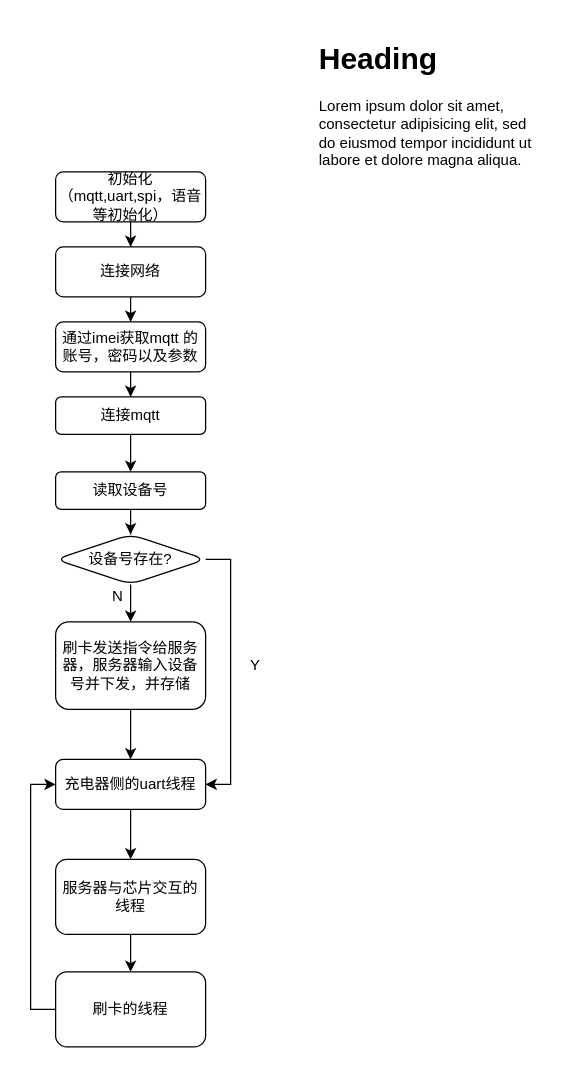
Above: Untitled Diagram.drawio in SearchFan/Chip_Flowchart (draw.io), before the change. Source tidied: cells renumbered, new cells numbered last; positions are measured from the earlier drawing's top-left corner, leaving out a move shared by most shapes. Both pictures are drawn from the tidied source at 125%, with x=0, y=0 at pixel (55, 34).
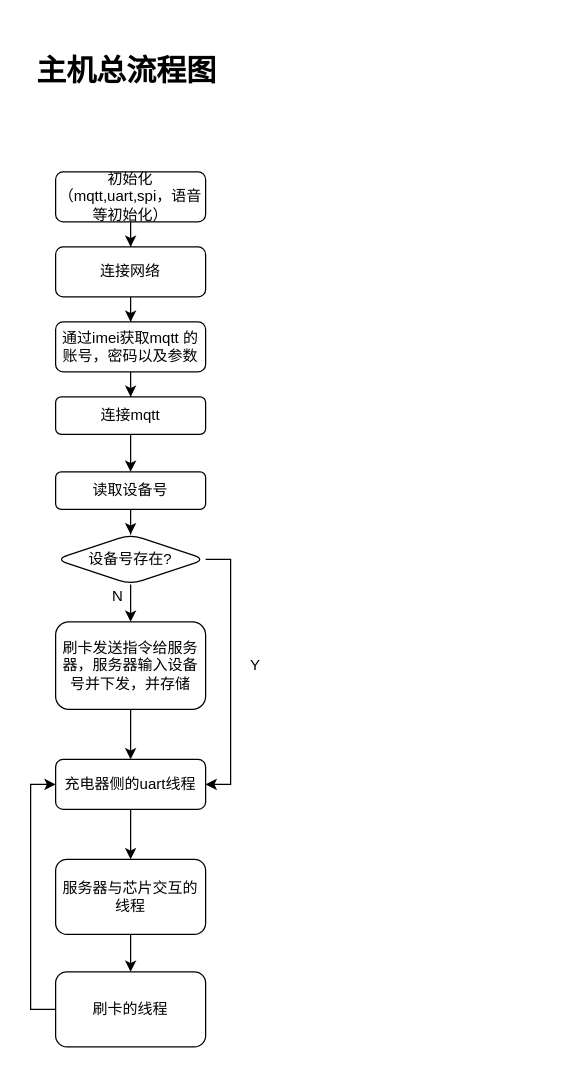
The same page after the edit.

The edit, as a diff of the source:
```diff
@@
-    <mxCell id="25" value="&lt;h1&gt;Heading&lt;/h1&gt;&lt;p&gt;Lorem ipsum dolor sit amet, consectetur adipisicing elit, sed do eiusmod tempor incididunt ut labore et dolore magna aliqua.&lt;/p&gt;" style="text;html=1;strokeColor=none;fillColor=none;spacing=5;spacingTop=-20;whiteSpace=wrap;overflow=hidden;rounded=0;" parent="1" vertex="1">
-      <mxGeometry x="206" width="190" height="120" as="geometry" />
+    <mxCell id="25" value="&lt;h1&gt;主机总流程图&lt;/h1&gt;" style="text;html=1;strokeColor=none;fillColor=none;spacing=5;spacingTop=-20;whiteSpace=wrap;overflow=hidden;rounded=0;" parent="1" vertex="1">
+      <mxGeometry x="-20.5" y="10" width="161" height="50" as="geometry" />
     </mxCell>
```
